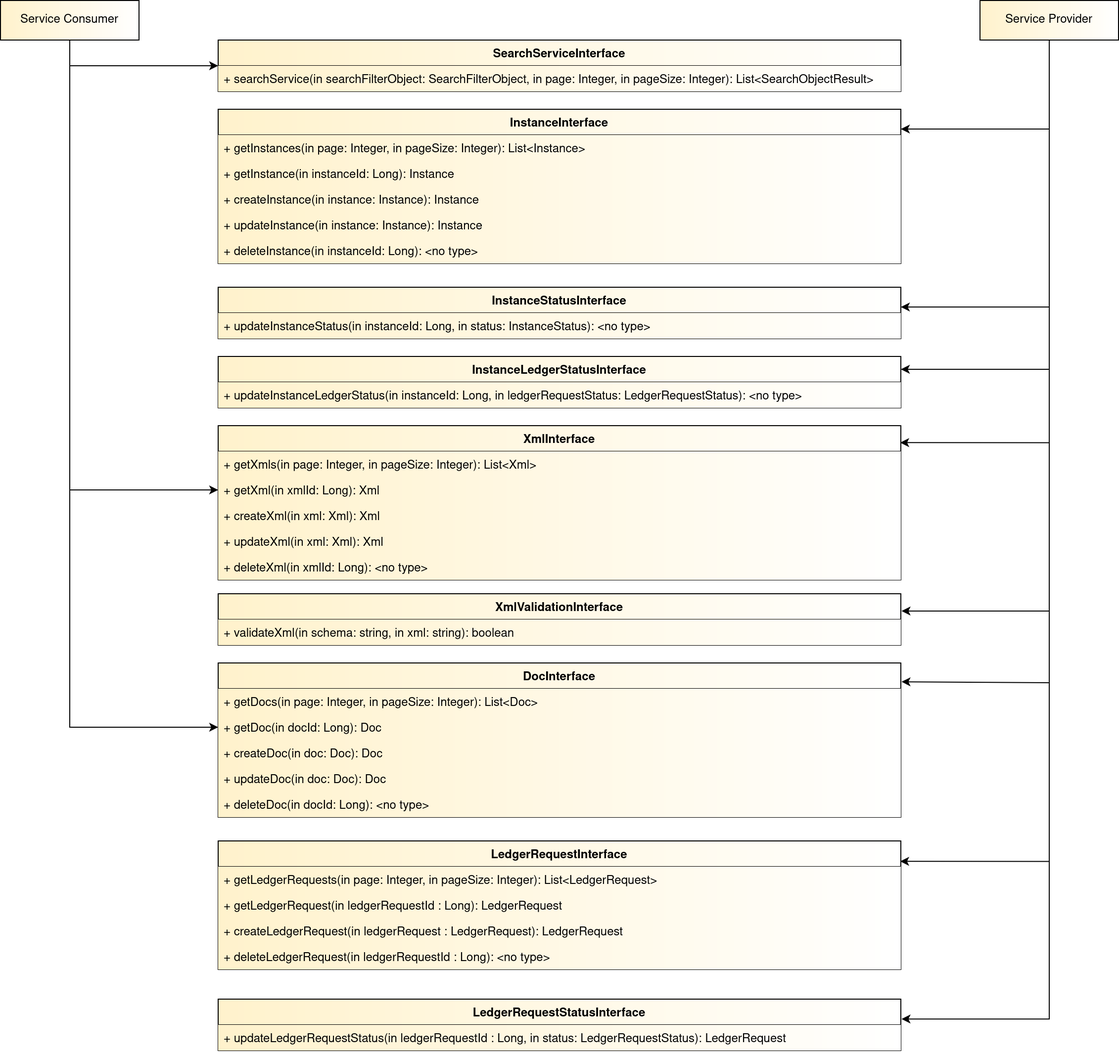
Above: materials/interfacedefinitions.drawio.png in maritimeconnectivity/g1128-msr-service-specification (draw.io), before the change. Source tidied: cells renumbered, new cells last; positions are measured from the earlier drawing's top-left corner, leaving out a move shared by most shapes.
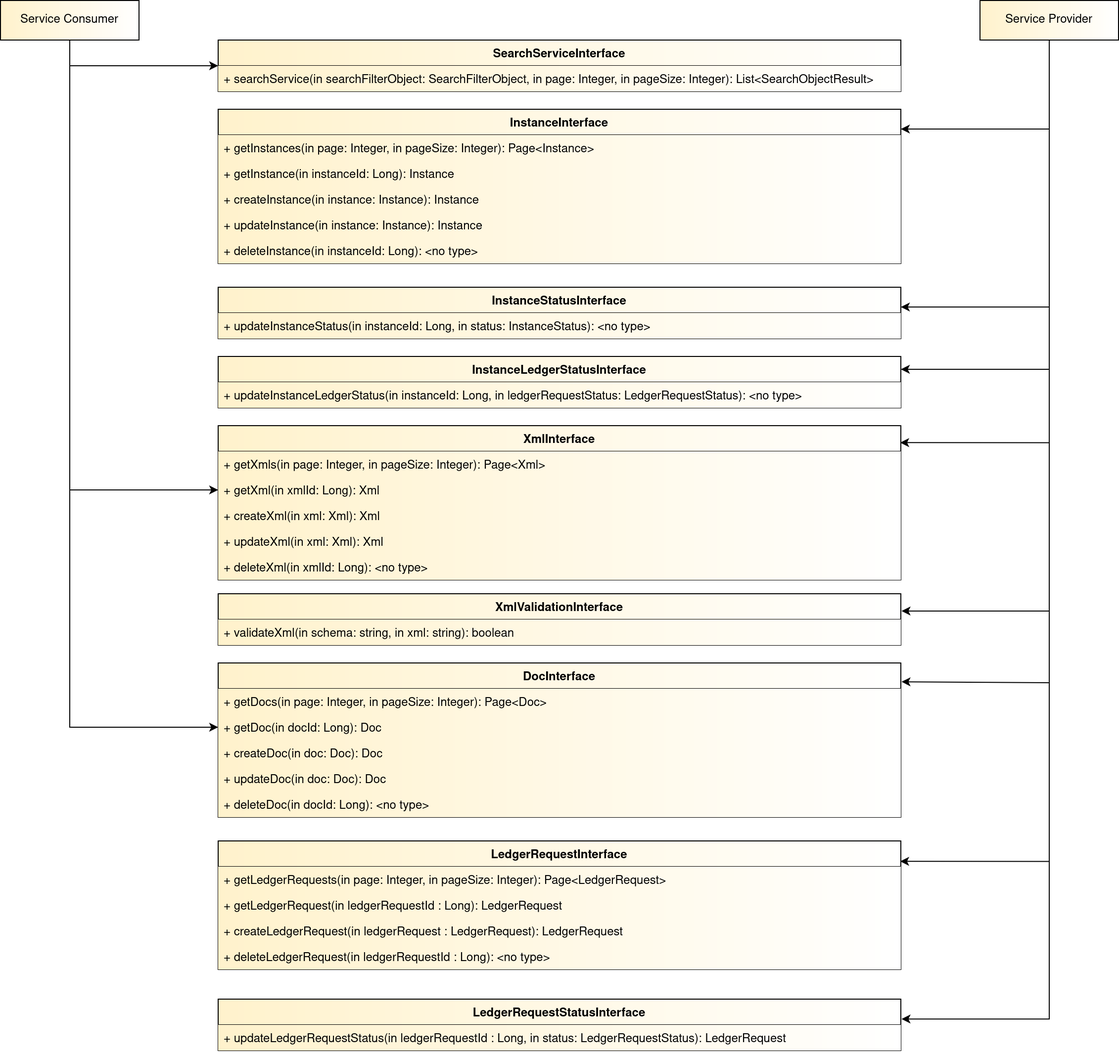
The same diagram one commit later.

The edit, as a diff of the source:
```diff
@@ -5,7 +5,7 @@
     <mxCell id="2" value="InstanceInterface" style="swimlane;fontStyle=1;align=center;verticalAlign=top;horizontal=1;startSize=26;rounded=0;glass=0;fillColor=#fff2cc;gradientDirection=east;strokeColor=#000000;gradientColor=#ffffff;" parent="1" vertex="1">
       <mxGeometry x="220" y="110" width="690" height="156" as="geometry" />
     </mxCell>
-    <mxCell id="3" value="+ getInstances(in page: Integer, in pageSize: Integer): List&lt;Instance&gt;" style="text;strokeColor=none;fillColor=#fff2cc;align=left;verticalAlign=top;spacingLeft=4;spacingRight=4;overflow=hidden;rounded=0;glass=0;gradientColor=#ffffff;gradientDirection=east;strokeWidth=1;" parent="2" vertex="1">
+    <mxCell id="3" value="+ getInstances(in page: Integer, in pageSize: Integer): Page&lt;Instance&gt;" style="text;strokeColor=none;fillColor=#fff2cc;align=left;verticalAlign=top;spacingLeft=4;spacingRight=4;overflow=hidden;rounded=0;glass=0;gradientColor=#ffffff;gradientDirection=east;strokeWidth=1;" parent="2" vertex="1">
       <mxGeometry y="26" width="690" height="26" as="geometry" />
     </mxCell>
     <mxCell id="4" value="+ getInstance(in instanceId: Long): Instance" style="text;strokeColor=none;fillColor=#fff2cc;align=left;verticalAlign=top;spacingLeft=4;spacingRight=4;overflow=hidden;rounded=0;glass=0;gradientColor=#ffffff;gradientDirection=east;strokeWidth=1;" parent="2" vertex="1">
@@ -23,7 +23,7 @@
     <mxCell id="8" value="DocInterface" style="swimlane;fontStyle=1;align=center;verticalAlign=top;horizontal=1;startSize=26;rounded=0;glass=0;fillColor=#fff2cc;gradientDirection=east;strokeColor=#000000;gradientColor=#ffffff;" parent="1" vertex="1">
       <mxGeometry x="220" y="670" width="690" height="156" as="geometry" />
     </mxCell>
-    <mxCell id="9" value="+ getDocs(in page: Integer, in pageSize: Integer): List&lt;Doc&gt;" style="text;strokeColor=none;fillColor=#fff2cc;align=left;verticalAlign=top;spacingLeft=4;spacingRight=4;overflow=hidden;rounded=0;glass=0;gradientColor=#ffffff;gradientDirection=east;strokeWidth=1;" parent="8" vertex="1">
+    <mxCell id="9" value="+ getDocs(in page: Integer, in pageSize: Integer): Page&lt;Doc&gt;" style="text;strokeColor=none;fillColor=#fff2cc;align=left;verticalAlign=top;spacingLeft=4;spacingRight=4;overflow=hidden;rounded=0;glass=0;gradientColor=#ffffff;gradientDirection=east;strokeWidth=1;" parent="8" vertex="1">
       <mxGeometry y="26" width="690" height="26" as="geometry" />
     </mxCell>
     <mxCell id="10" value="+ getDoc(in docId: Long): Doc" style="text;strokeColor=none;fillColor=#fff2cc;align=left;verticalAlign=top;spacingLeft=4;spacingRight=4;overflow=hidden;points=[[0,0.5],[1,0.5]];portConstraint=eastwest;rounded=0;glass=0;gradientColor=#ffffff;gradientDirection=east;strokeWidth=1;" parent="8" vertex="1">
@@ -41,7 +41,7 @@
     <mxCell id="14" value="XmlInterface" style="swimlane;fontStyle=1;align=center;verticalAlign=top;horizontal=1;startSize=26;rounded=0;glass=0;fillColor=#fff2cc;gradientDirection=east;strokeColor=#000000;gradientColor=#ffffff;" parent="1" vertex="1">
       <mxGeometry x="220" y="430" width="690" height="156" as="geometry" />
     </mxCell>
-    <mxCell id="15" value="+ getXmls(in page: Integer, in pageSize: Integer): List&lt;Xml&gt;" style="text;strokeColor=none;fillColor=#fff2cc;align=left;verticalAlign=top;spacingLeft=4;spacingRight=4;overflow=hidden;rounded=0;glass=0;gradientColor=#ffffff;gradientDirection=east;strokeWidth=1;" parent="14" vertex="1">
+    <mxCell id="15" value="+ getXmls(in page: Integer, in pageSize: Integer): Page&lt;Xml&gt;" style="text;strokeColor=none;fillColor=#fff2cc;align=left;verticalAlign=top;spacingLeft=4;spacingRight=4;overflow=hidden;rounded=0;glass=0;gradientColor=#ffffff;gradientDirection=east;strokeWidth=1;" parent="14" vertex="1">
       <mxGeometry y="26" width="690" height="26" as="geometry" />
     </mxCell>
     <mxCell id="16" value="+ getXml(in xmlId: Long): Xml" style="text;strokeColor=none;fillColor=#fff2cc;align=left;verticalAlign=top;spacingLeft=4;spacingRight=4;overflow=hidden;points=[[0,0.5],[1,0.5]];portConstraint=eastwest;rounded=0;glass=0;gradientColor=#ffffff;gradientDirection=east;strokeWidth=1;" parent="14" vertex="1">
@@ -135,7 +135,7 @@
     <mxCell id="35" value="LedgerRequestInterface" style="swimlane;fontStyle=1;align=center;verticalAlign=top;horizontal=1;startSize=26;rounded=0;glass=0;fillColor=#fff2cc;gradientDirection=east;strokeColor=#000000;gradientColor=#ffffff;" parent="1" vertex="1">
       <mxGeometry x="220" y="850" width="690" height="130" as="geometry" />
     </mxCell>
-    <mxCell id="36" value="+ getLedgerRequests(in page: Integer, in pageSize: Integer): List&lt;LedgerRequest&gt;" style="text;strokeColor=none;fillColor=#fff2cc;align=left;verticalAlign=top;spacingLeft=4;spacingRight=4;overflow=hidden;rounded=0;glass=0;gradientColor=#ffffff;gradientDirection=east;strokeWidth=1;" parent="35" vertex="1">
+    <mxCell id="36" value="+ getLedgerRequests(in page: Integer, in pageSize: Integer): Page&lt;LedgerRequest&gt;" style="text;strokeColor=none;fillColor=#fff2cc;align=left;verticalAlign=top;spacingLeft=4;spacingRight=4;overflow=hidden;rounded=0;glass=0;gradientColor=#ffffff;gradientDirection=east;strokeWidth=1;" parent="35" vertex="1">
       <mxGeometry y="26" width="690" height="26" as="geometry" />
     </mxCell>
     <mxCell id="37" value="+ getLedgerRequest(in ledgerRequestId : Long): LedgerRequest " style="text;strokeColor=none;fillColor=#fff2cc;align=left;verticalAlign=top;spacingLeft=4;spacingRight=4;overflow=hidden;rounded=0;glass=0;gradientColor=#ffffff;gradientDirection=east;strokeWidth=1;" parent="35" vertex="1">
```
